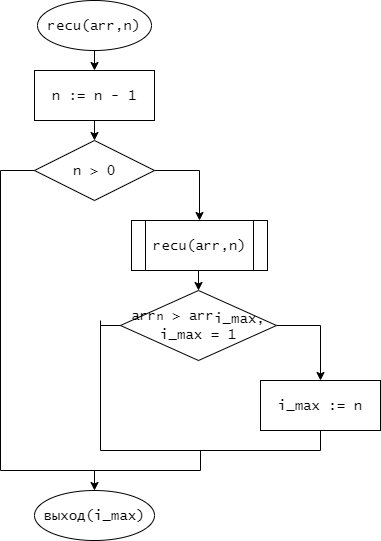
This is лр7/recu.png from Aprokun/-, a draw.io export, as it was before one commit. Source tidied: cells renumbered, new cells last; positions are measured from the earlier drawing's top-left corner, leaving out a move shared by most shapes.
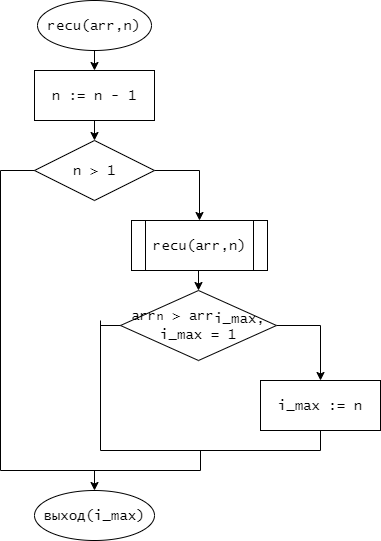
After the commit.

The edit, as a diff of the source:
```diff
@@ -19,7 +19,7 @@
     <mxCell id="6" style="edgeStyle=orthogonalEdgeStyle;rounded=0;jettySize=auto;html=1;exitX=1;exitY=0.5;exitDx=0;exitDy=0;entryX=0.5;entryY=0;entryDx=0;entryDy=0;" parent="1" edge="1" source="7" target="9">
       <mxGeometry relative="1" as="geometry" />
     </mxCell>
-    <mxCell id="7" value="n &amp;gt; 0" style="rhombus;whiteSpace=wrap;html=1;fontFamily=Lucida Console;fontSize=14;" parent="1" vertex="1">
+    <mxCell id="7" value="n &amp;gt; 1" style="rhombus;whiteSpace=wrap;html=1;fontFamily=Lucida Console;fontSize=14;" parent="1" vertex="1">
       <mxGeometry x="34" y="140" width="120" height="60" as="geometry" />
     </mxCell>
     <mxCell id="8" style="edgeStyle=orthogonalEdgeStyle;rounded=0;jettySize=auto;html=1;exitX=0.5;exitY=1;exitDx=0;exitDy=0;entryX=0.5;entryY=0;entryDx=0;entryDy=0;" parent="1" edge="1" source="9" target="11">
```
